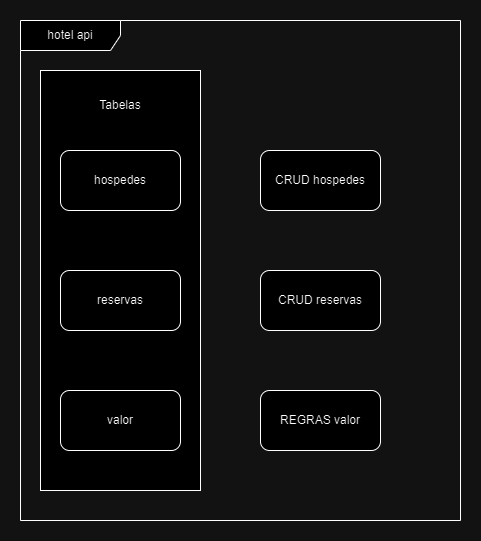
This is hotel-api-drawio.png from dmazui/hotel-api, a draw.io export, as it was before one commit. Source tidied: cells renumbered, new cells last; positions are measured from the earlier drawing's top-left corner, leaving out a move shared by most shapes.
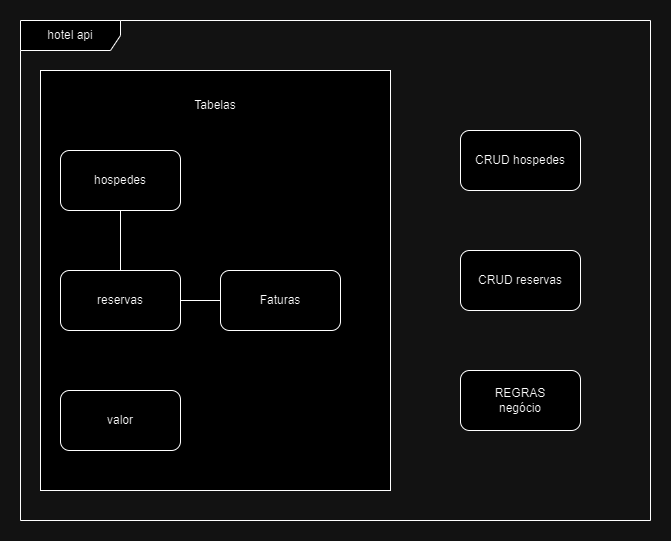
After the commit.

The edit, as a diff of the source:
```diff
@@ -2,9 +2,12 @@
   <root>
     <mxCell id="0" />
     <mxCell id="1" parent="0" />
-    <mxCell id="2" value="tabelas" style="rounded=0;whiteSpace=wrap;html=1;" parent="1" vertex="1">
-      <mxGeometry x="20" y="50" width="160" height="420" as="geometry" />
+    <mxCell id="2" style="rounded=0;whiteSpace=wrap;html=1;" parent="1" vertex="1">
+      <mxGeometry x="20" y="50" width="350" height="420" as="geometry" />
     </mxCell>
+    <mxCell id="11" style="edgeStyle=orthogonalEdgeStyle;rounded=0;jettySize=auto;html=1;endArrow=none;endFill=0;" parent="1" edge="1" source="3" target="4">
+      <mxGeometry relative="1" as="geometry" />
+    </mxCell>
     <mxCell id="3" value="hospedes" style="rounded=1;whiteSpace=wrap;html=1;" parent="1" vertex="1">
       <mxGeometry x="40" y="130" width="120" height="60" as="geometry" />
     </mxCell>
@@ -15,19 +18,25 @@
       <mxGeometry x="40" y="370" width="120" height="60" as="geometry" />
     </mxCell>
     <mxCell id="6" value="Tabelas" style="text;html=1;align=center;verticalAlign=middle;whiteSpace=wrap;rounded=0;" parent="1" vertex="1">
-      <mxGeometry x="70" y="70" width="60" height="30" as="geometry" />
+      <mxGeometry x="165" y="70" width="60" height="30" as="geometry" />
     </mxCell>
     <mxCell id="7" value="CRUD hospedes" style="rounded=1;whiteSpace=wrap;html=1;" parent="1" vertex="1">
-      <mxGeometry x="240" y="130" width="120" height="60" as="geometry" />
+      <mxGeometry x="440" y="110" width="120" height="60" as="geometry" />
     </mxCell>
     <mxCell id="8" value="CRUD reservas" style="rounded=1;whiteSpace=wrap;html=1;" parent="1" vertex="1">
-      <mxGeometry x="240" y="250" width="120" height="60" as="geometry" />
+      <mxGeometry x="440" y="230" width="120" height="60" as="geometry" />
     </mxCell>
-    <mxCell id="9" value="REGRAS valor" style="rounded=1;whiteSpace=wrap;html=1;" parent="1" vertex="1">
-      <mxGeometry x="240" y="370" width="120" height="60" as="geometry" />
+    <mxCell id="9" value="REGRAS&lt;div&gt;&lt;span style=&quot;background-color: initial;&quot;&gt;negócio&lt;/span&gt;&lt;/div&gt;" style="rounded=1;whiteSpace=wrap;html=1;" parent="1" vertex="1">
+      <mxGeometry x="440" y="350" width="120" height="60" as="geometry" />
     </mxCell>
     <mxCell id="10" value="hotel api" style="shape=umlFrame;whiteSpace=wrap;html=1;width=100;height=30;" parent="1" vertex="1">
-      <mxGeometry width="440" height="500" as="geometry" />
+      <mxGeometry width="630" height="500" as="geometry" />
     </mxCell>
+    <mxCell id="12" style="edgeStyle=orthogonalEdgeStyle;rounded=0;jettySize=auto;html=1;endArrow=none;endFill=0;" parent="1" edge="1" source="13" target="4">
+      <mxGeometry relative="1" as="geometry" />
+    </mxCell>
+    <mxCell id="13" value="Faturas" style="rounded=1;whiteSpace=wrap;html=1;" parent="1" vertex="1">
+      <mxGeometry x="200" y="250" width="120" height="60" as="geometry" />
+    </mxCell>
   </root>
 </mxGraphModel>
```
